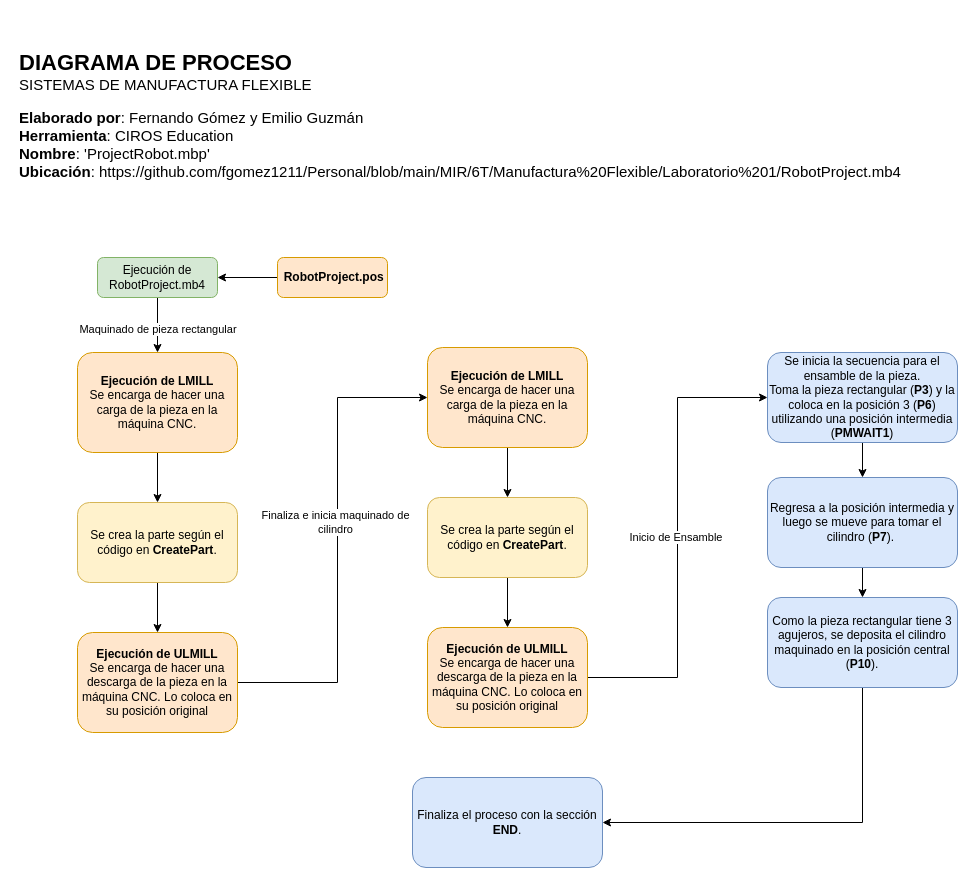
Above: MIR/6T/Manufactura Flexible/Laboratorio 1/Copy of DiagramaProceso_ExamenParcial.drawio in fgomez1211/Personal (draw.io), before the change. Source tidied: cells renumbered, new cells numbered last; positions are measured from the earlier drawing's top-left corner, leaving out a move shared by most shapes. Both pictures are drawn from the tidied source at 100%, with x=0, y=0 at pixel (17, 17).
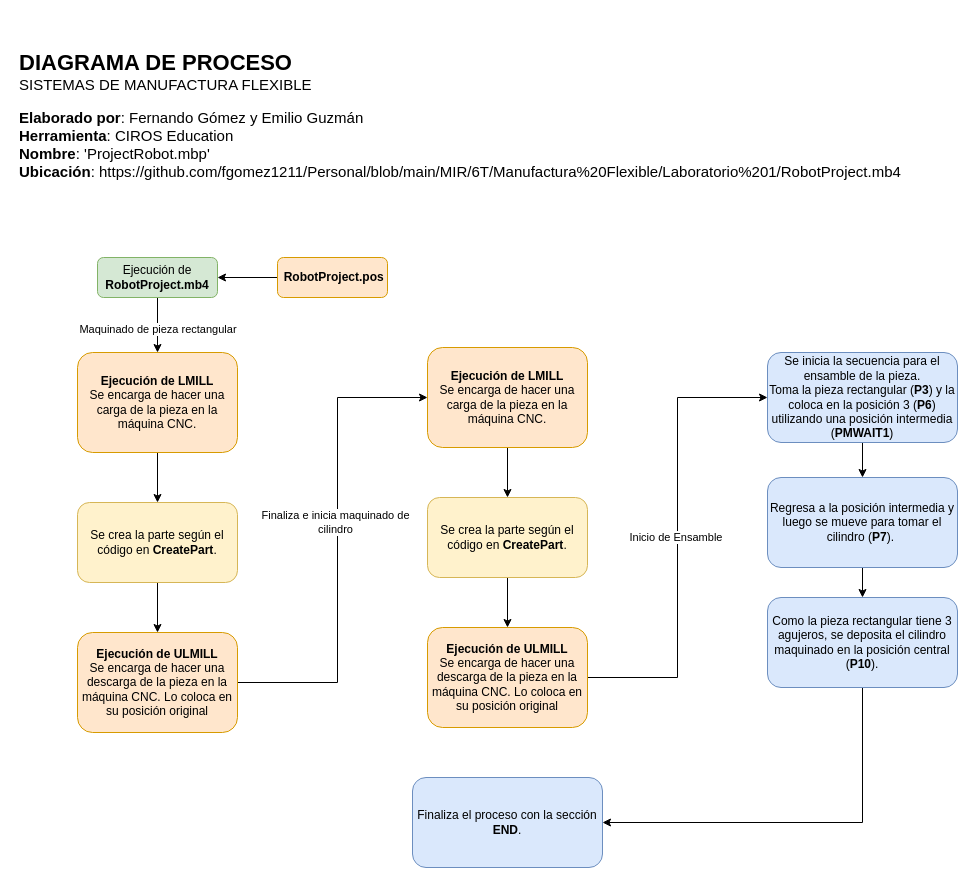
After the change.

What changed in the source:
```diff
@@
-    <mxCell id="4" value="Ejecución de RobotProject.mb4" style="rounded=1;whiteSpace=wrap;html=1;fontSize=12;glass=0;strokeWidth=1;shadow=0;fillColor=#d5e8d4;strokeColor=#82b366;" parent="1" vertex="1">
+    <mxCell id="4" value="Ejecución de &lt;b&gt;RobotProject.mb4&lt;/b&gt;" style="rounded=1;whiteSpace=wrap;html=1;fontSize=12;glass=0;strokeWidth=1;shadow=0;fillColor=#d5e8d4;strokeColor=#82b366;" parent="1" vertex="1">
       <mxGeometry x="80" y="240" width="120" height="40" as="geometry" />
     </mxCell>
```
